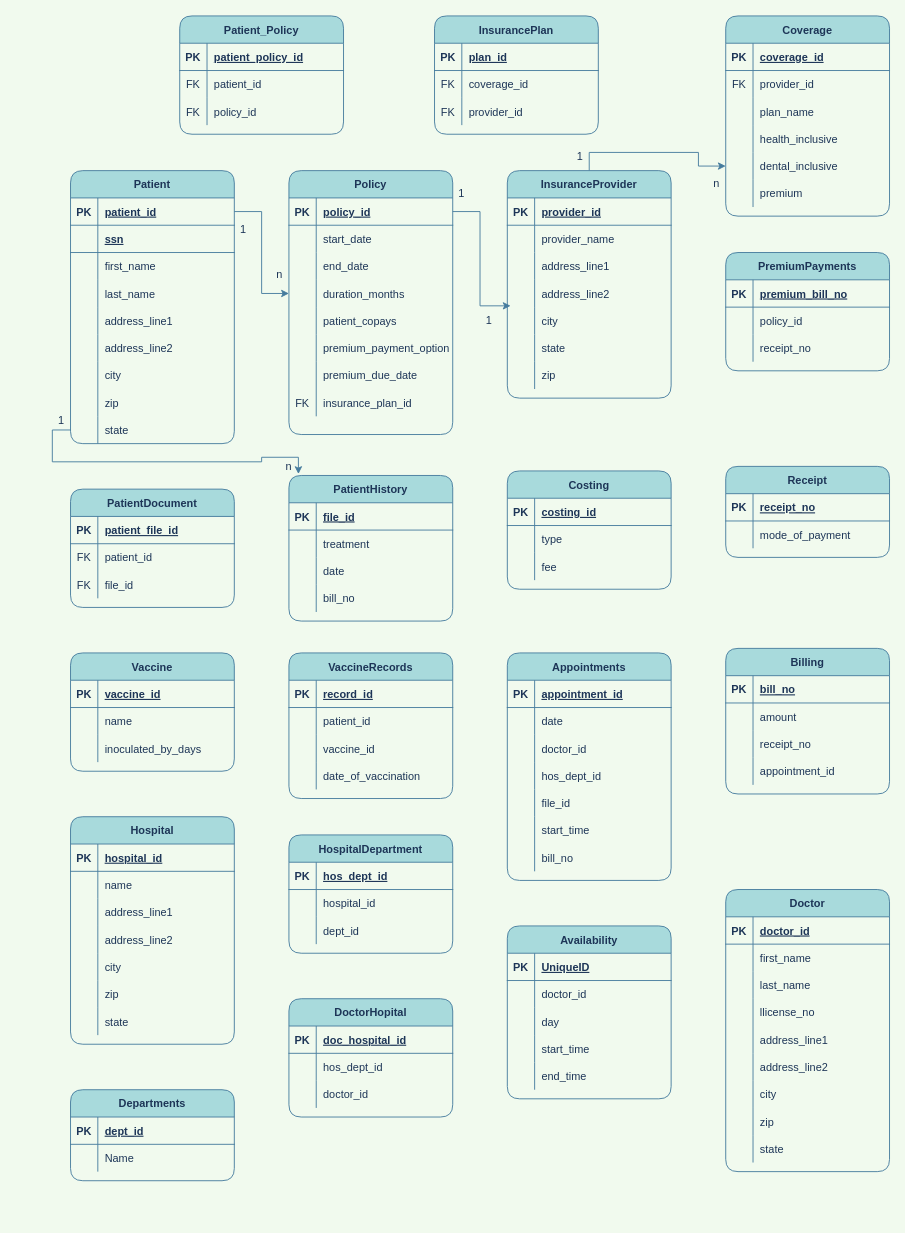
This is Untitled Diagram.drawio from pranotidhabu/java-practice, a draw.io file, before an edit. Source tidied: cells renumbered, new cells numbered last; positions are measured from the earlier drawing's top-left corner, leaving out a move shared by most shapes. Both pictures are drawn from the tidied source at 91%, with x=0, y=0 at pixel (52, 15).
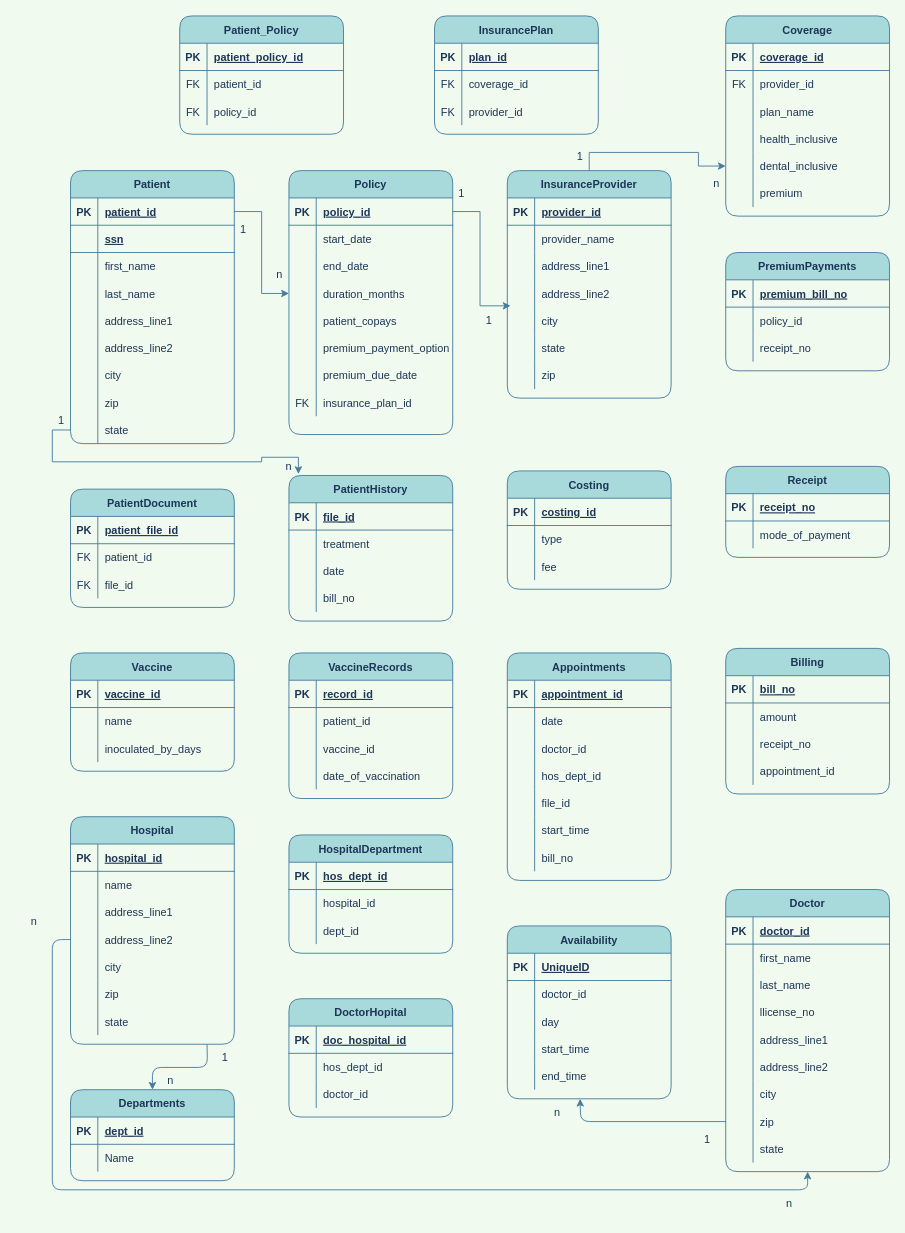
After the change.

The change refers to these unchanged cells:
```xml
<mxCell id="235" style="shape=tableRow;horizontal=0;startSize=0;swimlaneHead=0;swimlaneBody=0;fillColor=none;points=[[0,0.5],[1,0.5]];portConstraint=eastwest;top=0;left=0;right=0;bottom=0;rounded=1;fontFamily=Helvetica;fontSize=12;fontColor=#1D3557;strokeColor=#457B9D;" parent="225" vertex="1">
  <mxGeometry y="120" width="180" height="30" as="geometry" />
</mxCell>
<mxCell id="247" value="Departments" style="shape=table;startSize=30;childLayout=tableLayout;rowLines=0;fontStyle=1;align=center;rounded=1;fontFamily=Helvetica;fontSize=12;fontColor=#1D3557;strokeColor=#457B9D;fillColor=#A8DADC;" parent="1" vertex="1">
  <mxGeometry x="20" y="1180" width="180" height="100" as="geometry" />
</mxCell>
<mxCell id="290" value="Doctor" style="shape=table;startSize=30;childLayout=tableLayout;rowLines=0;fontStyle=1;align=center;rounded=1;fontFamily=Helvetica;fontSize=12;fontColor=#1D3557;strokeColor=#457B9D;fillColor=#A8DADC;" parent="1" vertex="1">
  <mxGeometry x="740" y="960" width="180" height="310" as="geometry" />
</mxCell>
<mxCell id="312" style="shape=tableRow;horizontal=0;startSize=0;swimlaneHead=0;swimlaneBody=0;fillColor=none;points=[[0,0.5],[1,0.5]];portConstraint=eastwest;top=0;left=0;right=0;bottom=0;rounded=1;fontFamily=Helvetica;fontSize=12;fontColor=#1D3557;strokeColor=#457B9D;" parent="290" vertex="1">
  <mxGeometry y="240" width="180" height="30" as="geometry" />
</mxCell>
```

The edit, as a diff of the source:
```diff
@@
+    <mxCell id="329" style="edgeStyle=orthogonalEdgeStyle;curved=0;rounded=1;jettySize=auto;html=1;entryX=0.5;entryY=0;entryDx=0;entryDy=0;fontColor=#1D3557;strokeColor=#457B9D;fillColor=#A8DADC;" parent="1" edge="1" target="247">
+      <mxGeometry relative="1" as="geometry">
+        <mxPoint x="170" y="1130" as="sourcePoint" />
+      </mxGeometry>
+    </mxCell>
+    <mxCell id="330" value="1" style="text;html=1;strokeColor=none;fillColor=none;align=center;verticalAlign=middle;whiteSpace=wrap;rounded=0;fontColor=#1D3557;" parent="1" vertex="1">
+      <mxGeometry x="180" y="1130" width="20" height="30" as="geometry" />
+    </mxCell>
+    <mxCell id="331" value="n" style="text;html=1;strokeColor=none;fillColor=none;align=center;verticalAlign=middle;whiteSpace=wrap;rounded=0;fontColor=#1D3557;" parent="1" vertex="1">
+      <mxGeometry x="120" y="1140" width="20" height="60" as="geometry" />
+    </mxCell>
+    <mxCell id="332" style="edgeStyle=orthogonalEdgeStyle;curved=0;rounded=1;jettySize=auto;html=1;exitX=0;exitY=0.5;exitDx=0;exitDy=0;fontColor=#1D3557;strokeColor=#457B9D;fillColor=#A8DADC;entryX=0.5;entryY=1;entryDx=0;entryDy=0;" parent="1" edge="1" source="235" target="290">
+      <mxGeometry relative="1" as="geometry" />
+    </mxCell>
+    <mxCell id="333" value="n" style="text;html=1;strokeColor=none;fillColor=none;align=center;verticalAlign=middle;whiteSpace=wrap;rounded=0;fontColor=#1D3557;" parent="1" vertex="1">
+      <mxGeometry x="-40" y="980" width="40" height="30" as="geometry" />
+    </mxCell>
+    <mxCell id="334" value="n" style="text;html=1;strokeColor=none;fillColor=none;align=center;verticalAlign=middle;whiteSpace=wrap;rounded=0;fontColor=#1D3557;" parent="1" vertex="1">
+      <mxGeometry x="790" y="1290" width="40" height="30" as="geometry" />
+    </mxCell>
+    <mxCell id="335" style="edgeStyle=orthogonalEdgeStyle;curved=0;rounded=1;jettySize=auto;html=1;exitX=0;exitY=0.5;exitDx=0;exitDy=0;fontColor=#1D3557;strokeColor=#457B9D;fillColor=#A8DADC;" parent="1" edge="1" source="312">
+      <mxGeometry relative="1" as="geometry">
+        <mxPoint x="580" y="1190" as="targetPoint" />
+      </mxGeometry>
+    </mxCell>
+    <mxCell id="336" value="1" style="text;html=1;strokeColor=none;fillColor=none;align=center;verticalAlign=middle;whiteSpace=wrap;rounded=0;fontColor=#1D3557;" parent="1" vertex="1">
+      <mxGeometry x="700" y="1220" width="40" height="30" as="geometry" />
+    </mxCell>
+    <mxCell id="337" value="n" style="text;html=1;strokeColor=none;fillColor=none;align=center;verticalAlign=middle;whiteSpace=wrap;rounded=0;fontColor=#1D3557;" parent="1" vertex="1">
+      <mxGeometry x="540" y="1190" width="30" height="30" as="geometry" />
+    </mxCell>
```
